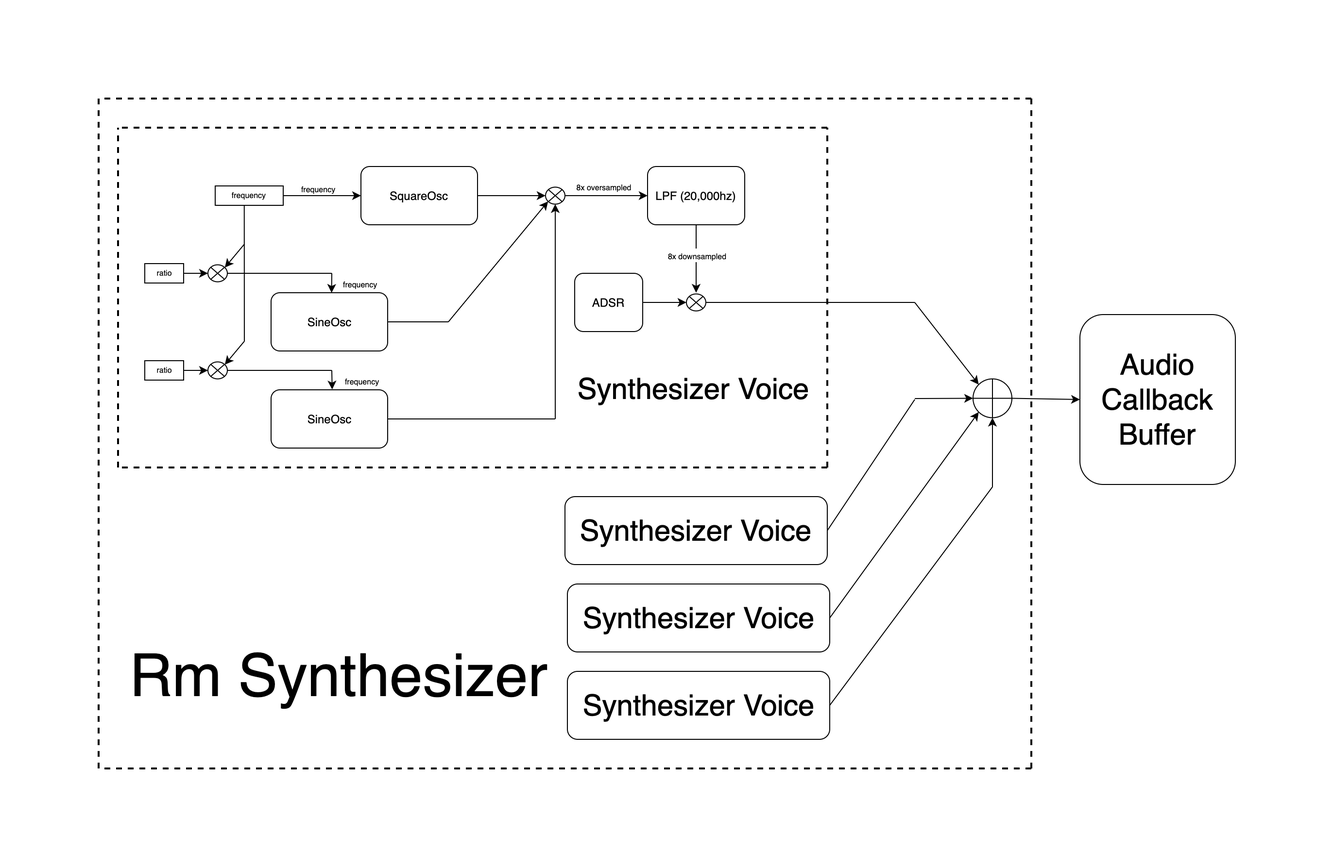
Above: CSD2b/console_synth/documentation/rm_synth_audio_flow_diagram.png in w-ensink/CSD2 (draw.io), before the change. Source tidied: cells renumbered, new cells last; positions are measured from the earlier drawing's top-left corner, leaving out a move shared by most shapes. Its diagram source:
```xml
<mxGraphModel>
  <root>
    <mxCell id="0" />
    <mxCell id="1" parent="0" />
    <mxCell id="2" value="SineOsc" style="rounded=1;whiteSpace=wrap;html=1;" parent="1" vertex="1">
      <mxGeometry x="177.5" y="200" width="120" height="60" as="geometry" />
    </mxCell>
    <mxCell id="3" style="endArrow=classic;html=1;fontSize=28;entryX=0;entryY=1;entryDx=0;entryDy=0;" parent="1" edge="1" target="55">
      <mxGeometry relative="1" as="geometry">
        <mxPoint x="360" y="230" as="sourcePoint" />
      </mxGeometry>
    </mxCell>
    <mxCell id="4" value="ratio" style="rounded=0;whiteSpace=wrap;html=1;fontSize=8;" parent="1" vertex="1">
      <mxGeometry x="47.5" y="170" width="40" height="20" as="geometry" />
    </mxCell>
    <mxCell id="5" style="shape=sumEllipse;perimeter=ellipsePerimeter;whiteSpace=wrap;html=1;backgroundOutline=1;fontSize=28;" parent="1" vertex="1">
      <mxGeometry x="112.5" y="171.2" width="20" height="17.5" as="geometry" />
    </mxCell>
    <mxCell id="6" style="endArrow=classic;html=1;fontSize=8;exitX=1;exitY=0.5;exitDx=0;exitDy=0;entryX=0;entryY=0.5;entryDx=0;entryDy=0;" parent="1" edge="1" source="4" target="5">
      <mxGeometry relative="1" as="geometry" />
    </mxCell>
    <mxCell id="7" value="frequency" style="rounded=0;whiteSpace=wrap;html=1;fontSize=8;" parent="1" vertex="1">
      <mxGeometry x="120" y="90" width="70" height="20" as="geometry" />
    </mxCell>
    <mxCell id="8" style="endArrow=none;html=1;fontSize=8;exitX=1;exitY=0.5;exitDx=0;exitDy=0;" parent="1" edge="1" source="5">
      <mxGeometry relative="1" as="geometry">
        <mxPoint x="240" y="180" as="targetPoint" />
      </mxGeometry>
    </mxCell>
    <mxCell id="9" style="endArrow=classic;html=1;fontSize=8;entryX=0.519;entryY=0.002;entryDx=0;entryDy=0;entryPerimeter=0;" parent="1" edge="1" target="2">
      <mxGeometry relative="1" as="geometry">
        <mxPoint x="240" y="180" as="sourcePoint" />
      </mxGeometry>
    </mxCell>
    <mxCell id="10" value="&lt;font style=&quot;font-size: 8px&quot;&gt;frequency&lt;/font&gt;" style="edgeLabel;html=1;align=left;verticalAlign=middle;fontSize=12;" parent="9" vertex="1">
      <mxGeometry x="-0.15" relative="1" as="geometry">
        <mxPoint x="10" y="0.2" as="offset" />
      </mxGeometry>
    </mxCell>
    <mxCell id="11" value="SineOsc" style="rounded=1;whiteSpace=wrap;html=1;" parent="1" vertex="1">
      <mxGeometry x="177.5" y="300" width="120" height="60" as="geometry" />
    </mxCell>
    <mxCell id="12" value="ratio" style="rounded=0;whiteSpace=wrap;html=1;fontSize=8;" parent="1" vertex="1">
      <mxGeometry x="47.5" y="270" width="40" height="20" as="geometry" />
    </mxCell>
    <mxCell id="13" style="shape=sumEllipse;perimeter=ellipsePerimeter;whiteSpace=wrap;html=1;backgroundOutline=1;fontSize=28;" parent="1" vertex="1">
      <mxGeometry x="112.5" y="271.2" width="20" height="17.5" as="geometry" />
    </mxCell>
    <mxCell id="14" style="endArrow=classic;html=1;fontSize=8;exitX=1;exitY=0.5;exitDx=0;exitDy=0;entryX=0;entryY=0.5;entryDx=0;entryDy=0;" parent="1" edge="1" source="12" target="13">
      <mxGeometry relative="1" as="geometry" />
    </mxCell>
    <mxCell id="15" style="endArrow=none;html=1;fontSize=8;exitX=1;exitY=0.5;exitDx=0;exitDy=0;" parent="1" edge="1" source="13">
      <mxGeometry relative="1" as="geometry">
        <mxPoint x="240" y="280" as="targetPoint" />
      </mxGeometry>
    </mxCell>
    <mxCell id="16" style="endArrow=classic;html=1;fontSize=8;entryX=0.524;entryY=-0.006;entryDx=0;entryDy=0;entryPerimeter=0;" parent="1" edge="1" target="11">
      <mxGeometry relative="1" as="geometry">
        <mxPoint x="240" y="280" as="sourcePoint" />
      </mxGeometry>
    </mxCell>
    <mxCell id="17" value="&lt;font style=&quot;font-size: 8px&quot;&gt;frequency&lt;/font&gt;" style="edgeLabel;html=1;align=center;verticalAlign=middle;fontSize=12;" parent="16" vertex="1">
      <mxGeometry x="-0.32" relative="1" as="geometry">
        <mxPoint x="30" y="2" as="offset" />
      </mxGeometry>
    </mxCell>
    <mxCell id="18" style="endArrow=none;html=1;fontSize=8;entryX=0.427;entryY=0.995;entryDx=0;entryDy=0;entryPerimeter=0;" parent="1" edge="1" target="7">
      <mxGeometry relative="1" as="geometry">
        <mxPoint x="150" y="250" as="sourcePoint" />
      </mxGeometry>
    </mxCell>
    <mxCell id="19" style="endArrow=classic;html=1;fontSize=8;entryX=1;entryY=0;entryDx=0;entryDy=0;" parent="1" edge="1" target="5">
      <mxGeometry relative="1" as="geometry">
        <mxPoint x="150" y="150" as="sourcePoint" />
      </mxGeometry>
    </mxCell>
    <mxCell id="20" style="endArrow=classic;html=1;fontSize=8;entryX=1;entryY=0;entryDx=0;entryDy=0;" parent="1" edge="1" target="13">
      <mxGeometry relative="1" as="geometry">
        <mxPoint x="150" y="250" as="sourcePoint" />
      </mxGeometry>
    </mxCell>
    <mxCell id="21" value="SquareOsc" style="rounded=1;whiteSpace=wrap;html=1;" parent="1" vertex="1">
      <mxGeometry x="270" y="70" width="120" height="60" as="geometry" />
    </mxCell>
    <mxCell id="22" value="ADSR" style="rounded=1;whiteSpace=wrap;html=1;fontSize=12;" parent="1" vertex="1">
      <mxGeometry x="490" y="180" width="70" height="60" as="geometry" />
    </mxCell>
    <mxCell id="23" value="LPF (20,000hz)" style="rounded=1;whiteSpace=wrap;html=1;fontSize=12;" parent="1" vertex="1">
      <mxGeometry x="565" y="70" width="100" height="60" as="geometry" />
    </mxCell>
    <mxCell id="24" style="endArrow=classic;html=1;fontSize=12;entryX=0;entryY=0.5;entryDx=0;entryDy=0;" parent="1" edge="1" target="23">
      <mxGeometry relative="1" as="geometry">
        <mxPoint x="480" y="100" as="sourcePoint" />
      </mxGeometry>
    </mxCell>
    <mxCell id="25" value="&lt;span style=&quot;font-size: 8px&quot;&gt;8x oversampled&lt;/span&gt;" style="edgeLabel;html=1;align=center;verticalAlign=bottom;fontSize=12;" parent="24" vertex="1">
      <mxGeometry x="-0.08" y="1" relative="1" as="geometry" />
    </mxCell>
    <mxCell id="26" style="endArrow=classic;html=1;fontSize=12;exitX=0.5;exitY=1;exitDx=0;exitDy=0;" parent="1" edge="1" source="23">
      <mxGeometry relative="1" as="geometry">
        <mxPoint x="615" y="200" as="targetPoint" />
      </mxGeometry>
    </mxCell>
    <mxCell id="27" value="&lt;font style=&quot;font-size: 8px&quot;&gt;8x downsampled&lt;/font&gt;" style="edgeLabel;html=1;align=center;verticalAlign=middle;fontSize=12;" parent="26" vertex="1">
      <mxGeometry x="-0.13" y="1" relative="1" as="geometry">
        <mxPoint x="-1" as="offset" />
      </mxGeometry>
    </mxCell>
    <mxCell id="28" style="endArrow=none;dashed=1;html=1;fontSize=12;strokeWidth=2;" parent="1" edge="1">
      <mxGeometry relative="1" as="geometry">
        <mxPoint x="20" y="380" as="sourcePoint" />
        <mxPoint x="20" y="30" as="targetPoint" />
      </mxGeometry>
    </mxCell>
    <mxCell id="29" style="endArrow=none;dashed=1;html=1;fontSize=12;strokeWidth=2;" parent="1" edge="1">
      <mxGeometry relative="1" as="geometry">
        <mxPoint x="750" y="380" as="sourcePoint" />
        <mxPoint x="20" y="380" as="targetPoint" />
      </mxGeometry>
    </mxCell>
    <mxCell id="30" style="endArrow=none;dashed=1;html=1;fontSize=12;strokeWidth=2;" parent="1" edge="1">
      <mxGeometry relative="1" as="geometry">
        <mxPoint x="750" y="30" as="sourcePoint" />
        <mxPoint x="20" y="30" as="targetPoint" />
      </mxGeometry>
    </mxCell>
    <mxCell id="31" style="endArrow=none;dashed=1;html=1;fontSize=12;strokeWidth=2;" parent="1" edge="1">
      <mxGeometry relative="1" as="geometry">
        <mxPoint x="750" y="380" as="sourcePoint" />
        <mxPoint x="750" y="30" as="targetPoint" />
      </mxGeometry>
    </mxCell>
    <mxCell id="32" value="Synthesizer Voice" style="text;html=1;strokeColor=none;fillColor=none;align=center;verticalAlign=middle;whiteSpace=wrap;rounded=0;fontSize=30;" parent="1" vertex="1">
      <mxGeometry x="490" y="240" width="245" height="118.8" as="geometry" />
    </mxCell>
    <mxCell id="33" value="Synthesizer Voice" style="rounded=1;whiteSpace=wrap;html=1;fontSize=30;align=center;" parent="1" vertex="1">
      <mxGeometry x="480" y="410" width="270" height="70" as="geometry" />
    </mxCell>
    <mxCell id="34" value="Synthesizer Voice" style="rounded=1;whiteSpace=wrap;html=1;fontSize=30;align=center;" parent="1" vertex="1">
      <mxGeometry x="482.5" y="500" width="270" height="70" as="geometry" />
    </mxCell>
    <mxCell id="35" value="Synthesizer Voice" style="rounded=1;whiteSpace=wrap;html=1;fontSize=30;align=center;" parent="1" vertex="1">
      <mxGeometry x="482.5" y="590" width="270" height="70" as="geometry" />
    </mxCell>
    <mxCell id="36" style="shape=orEllipse;perimeter=ellipsePerimeter;whiteSpace=wrap;html=1;backgroundOutline=1;fontSize=8;" parent="1" vertex="1">
      <mxGeometry x="900" y="288.8" width="40" height="40" as="geometry" />
    </mxCell>
    <mxCell id="37" style="endArrow=none;html=1;strokeWidth=1;fontSize=30;exitX=1;exitY=0.5;exitDx=0;exitDy=0;" parent="1" edge="1" source="33">
      <mxGeometry relative="1" as="geometry">
        <mxPoint x="840" y="310" as="targetPoint" />
      </mxGeometry>
    </mxCell>
    <mxCell id="38" style="endArrow=classic;html=1;strokeWidth=1;fontSize=30;entryX=0;entryY=0.5;entryDx=0;entryDy=0;" parent="1" edge="1" target="36">
      <mxGeometry relative="1" as="geometry">
        <mxPoint x="840" y="309" as="sourcePoint" />
      </mxGeometry>
    </mxCell>
    <mxCell id="39" style="endArrow=none;html=1;strokeWidth=1;fontSize=30;exitX=1;exitY=0.5;exitDx=0;exitDy=0;" parent="1" edge="1" source="35">
      <mxGeometry relative="1" as="geometry">
        <mxPoint x="920" y="400" as="targetPoint" />
      </mxGeometry>
    </mxCell>
    <mxCell id="40" style="endArrow=classic;html=1;strokeWidth=1;fontSize=30;exitX=1;exitY=0.5;exitDx=0;exitDy=0;entryX=0;entryY=1;entryDx=0;entryDy=0;" parent="1" edge="1" source="34" target="36">
      <mxGeometry relative="1" as="geometry" />
    </mxCell>
    <mxCell id="41" style="endArrow=classic;html=1;strokeWidth=1;fontSize=30;entryX=0.5;entryY=1;entryDx=0;entryDy=0;" parent="1" edge="1" target="36">
      <mxGeometry relative="1" as="geometry">
        <mxPoint x="920" y="400" as="sourcePoint" />
      </mxGeometry>
    </mxCell>
    <mxCell id="42" style="endArrow=none;html=1;strokeWidth=1;fontSize=30;exitX=1;exitY=0.5;exitDx=0;exitDy=0;" parent="1" edge="1" source="51">
      <mxGeometry relative="1" as="geometry">
        <mxPoint x="840" y="210" as="targetPoint" />
      </mxGeometry>
    </mxCell>
    <mxCell id="43" style="endArrow=classic;html=1;strokeWidth=1;fontSize=30;entryX=0;entryY=0;entryDx=0;entryDy=0;" parent="1" edge="1" target="36">
      <mxGeometry relative="1" as="geometry">
        <mxPoint x="840" y="210" as="sourcePoint" />
      </mxGeometry>
    </mxCell>
    <mxCell id="44" style="endArrow=none;dashed=1;html=1;fontSize=12;strokeWidth=2;" parent="1" edge="1">
      <mxGeometry relative="1" as="geometry">
        <mxPoint x="960" as="sourcePoint" />
        <mxPoint as="targetPoint" />
      </mxGeometry>
    </mxCell>
    <mxCell id="45" style="endArrow=none;dashed=1;html=1;fontSize=12;strokeWidth=2;" parent="1" edge="1">
      <mxGeometry relative="1" as="geometry">
        <mxPoint x="960" y="690" as="sourcePoint" />
        <mxPoint x="960" as="targetPoint" />
      </mxGeometry>
    </mxCell>
    <mxCell id="46" style="endArrow=none;dashed=1;html=1;fontSize=12;strokeWidth=2;" parent="1" edge="1">
      <mxGeometry relative="1" as="geometry">
        <mxPoint x="960" y="690" as="sourcePoint" />
        <mxPoint y="690" as="targetPoint" />
      </mxGeometry>
    </mxCell>
    <mxCell id="47" style="endArrow=none;dashed=1;html=1;fontSize=12;strokeWidth=2;" parent="1" edge="1">
      <mxGeometry relative="1" as="geometry">
        <mxPoint y="690" as="sourcePoint" />
        <mxPoint as="targetPoint" />
      </mxGeometry>
    </mxCell>
    <mxCell id="48" value="Rm Synthesizer" style="text;html=1;strokeColor=none;fillColor=none;align=center;verticalAlign=middle;whiteSpace=wrap;rounded=0;fontSize=61;" parent="1" vertex="1">
      <mxGeometry x="15" y="530" width="465" height="130" as="geometry" />
    </mxCell>
    <mxCell id="49" value="Audio Callback Buffer" style="rounded=1;whiteSpace=wrap;html=1;fontSize=30;align=center;" parent="1" vertex="1">
      <mxGeometry x="1010" y="222.5" width="160" height="175" as="geometry" />
    </mxCell>
    <mxCell id="50" style="endArrow=classic;html=1;strokeWidth=1;fontSize=61;exitX=1;exitY=0.5;exitDx=0;exitDy=0;entryX=0;entryY=0.5;entryDx=0;entryDy=0;" parent="1" edge="1" source="36" target="49">
      <mxGeometry relative="1" as="geometry" />
    </mxCell>
    <mxCell id="51" style="shape=sumEllipse;perimeter=ellipsePerimeter;whiteSpace=wrap;html=1;backgroundOutline=1;fontSize=28;" parent="1" vertex="1">
      <mxGeometry x="605" y="201.2" width="20" height="17.5" as="geometry" />
    </mxCell>
    <mxCell id="52" style="endArrow=classic;html=1;strokeWidth=1;fontSize=61;exitX=1;exitY=0.5;exitDx=0;exitDy=0;entryX=0;entryY=0.5;entryDx=0;entryDy=0;" parent="1" edge="1" source="22" target="51">
      <mxGeometry relative="1" as="geometry" />
    </mxCell>
    <mxCell id="53" style="endArrow=classic;html=1;strokeWidth=1;fontSize=8;exitX=1;exitY=0.5;exitDx=0;exitDy=0;entryX=0;entryY=0.5;entryDx=0;entryDy=0;verticalAlign=top;" parent="1" edge="1" source="7" target="21">
      <mxGeometry relative="1" as="geometry" />
    </mxCell>
    <mxCell id="54" value="frequency" style="edgeLabel;html=1;align=center;verticalAlign=bottom;fontSize=8;" parent="53" vertex="1">
      <mxGeometry x="-0.12" relative="1" as="geometry" />
    </mxCell>
    <mxCell id="55" style="shape=sumEllipse;perimeter=ellipsePerimeter;whiteSpace=wrap;html=1;backgroundOutline=1;fontSize=28;" parent="1" vertex="1">
      <mxGeometry x="460" y="91.2" width="20" height="17.5" as="geometry" />
    </mxCell>
    <mxCell id="56" style="endArrow=classic;html=1;strokeWidth=1;fontSize=8;exitX=1;exitY=0.5;exitDx=0;exitDy=0;entryX=0;entryY=0.5;entryDx=0;entryDy=0;" parent="1" edge="1" source="21" target="55">
      <mxGeometry relative="1" as="geometry" />
    </mxCell>
    <mxCell id="57" style="endArrow=none;html=1;strokeWidth=1;fontSize=8;exitX=1;exitY=0.5;exitDx=0;exitDy=0;" parent="1" edge="1" source="2">
      <mxGeometry relative="1" as="geometry">
        <mxPoint x="360" y="230" as="targetPoint" />
      </mxGeometry>
    </mxCell>
    <mxCell id="58" style="endArrow=none;html=1;strokeWidth=1;fontSize=8;exitX=1;exitY=0.5;exitDx=0;exitDy=0;" parent="1" edge="1" source="11">
      <mxGeometry relative="1" as="geometry">
        <mxPoint x="470" y="330" as="targetPoint" />
      </mxGeometry>
    </mxCell>
    <mxCell id="59" style="endArrow=classic;html=1;strokeWidth=1;fontSize=8;entryX=0.5;entryY=1;entryDx=0;entryDy=0;" parent="1" edge="1" target="55">
      <mxGeometry relative="1" as="geometry">
        <mxPoint x="470" y="330" as="sourcePoint" />
      </mxGeometry>
    </mxCell>
  </root>
</mxGraphModel>
```
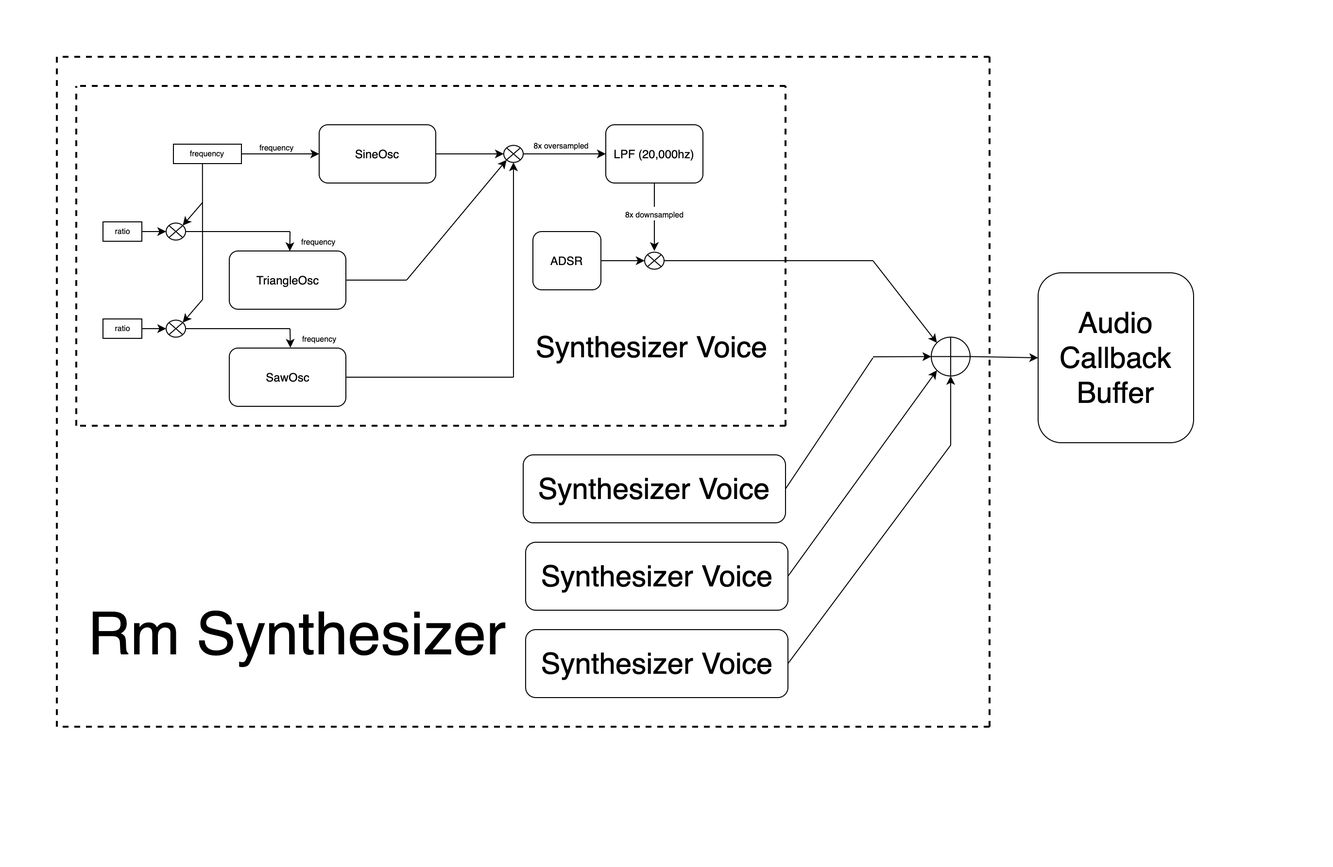
After the change.

The edit, as a diff of the source:
```diff
@@ -2,7 +2,7 @@
   <root>
     <mxCell id="0" />
     <mxCell id="1" parent="0" />
-    <mxCell id="2" value="SineOsc" style="rounded=1;whiteSpace=wrap;html=1;" parent="1" vertex="1">
+    <mxCell id="2" value="TriangleOsc" style="rounded=1;whiteSpace=wrap;html=1;" parent="1" vertex="1">
       <mxGeometry x="177.5" y="200" width="120" height="60" as="geometry" />
     </mxCell>
     <mxCell id="3" style="endArrow=classic;html=1;fontSize=28;entryX=0;entryY=1;entryDx=0;entryDy=0;" parent="1" edge="1" target="55">
@@ -37,7 +37,7 @@
         <mxPoint x="10" y="0.2" as="offset" />
       </mxGeometry>
     </mxCell>
-    <mxCell id="11" value="SineOsc" style="rounded=1;whiteSpace=wrap;html=1;" parent="1" vertex="1">
+    <mxCell id="11" value="SawOsc" style="rounded=1;whiteSpace=wrap;html=1;" parent="1" vertex="1">
       <mxGeometry x="177.5" y="300" width="120" height="60" as="geometry" />
     </mxCell>
     <mxCell id="12" value="ratio" style="rounded=0;whiteSpace=wrap;html=1;fontSize=8;" parent="1" vertex="1">
@@ -79,7 +79,7 @@
         <mxPoint x="150" y="250" as="sourcePoint" />
       </mxGeometry>
     </mxCell>
-    <mxCell id="21" value="SquareOsc" style="rounded=1;whiteSpace=wrap;html=1;" parent="1" vertex="1">
+    <mxCell id="21" value="SineOsc" style="rounded=1;whiteSpace=wrap;html=1;" parent="1" vertex="1">
       <mxGeometry x="270" y="70" width="120" height="60" as="geometry" />
     </mxCell>
     <mxCell id="22" value="ADSR" style="rounded=1;whiteSpace=wrap;html=1;fontSize=12;" parent="1" vertex="1">
```
